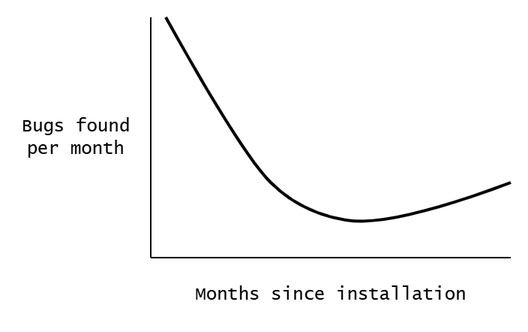
Above: src/_/media/diagrams/bug-discovery-over-time.drawio.png in kieranpotts/blog (draw.io), before the change. Source tidied: cells renumbered, new cells last; positions are measured from the earlier drawing's top-left corner, leaving out a move shared by most shapes.
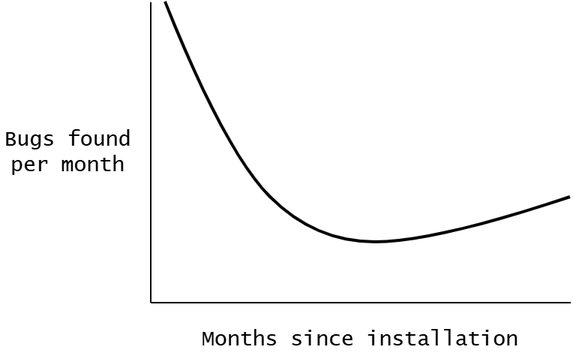
Later version of the same file.

The edit, as a diff of the source:
```diff
@@ -4,30 +4,30 @@
     <mxCell id="1" parent="0" />
     <mxCell id="2" style="endArrow=none;html=1;rounded=0;" parent="1" edge="1">
       <mxGeometry relative="1" as="geometry">
-        <mxPoint x="90" y="160" as="sourcePoint" />
+        <mxPoint x="90" y="200" as="sourcePoint" />
         <mxPoint x="90" as="targetPoint" />
       </mxGeometry>
     </mxCell>
     <mxCell id="3" style="endArrow=none;html=1;rounded=0;" parent="1" edge="1">
       <mxGeometry relative="1" as="geometry">
-        <mxPoint x="330" y="160" as="sourcePoint" />
-        <mxPoint x="90" y="160" as="targetPoint" />
+        <mxPoint x="370" y="200" as="sourcePoint" />
+        <mxPoint x="90" y="200" as="targetPoint" />
       </mxGeometry>
     </mxCell>
-    <mxCell id="4" value="Months since installation" style="text;html=1;align=center;verticalAlign=middle;whiteSpace=wrap;rounded=0;fontSize=12;fontFamily=Lucida Console;" parent="1" vertex="1">
-      <mxGeometry x="90" y="170" width="240" height="30" as="geometry" />
+    <mxCell id="4" value="Months since installation" style="text;html=1;align=center;verticalAlign=middle;whiteSpace=wrap;rounded=0;fontSize=14;fontFamily=Lucida Console;" parent="1" vertex="1">
+      <mxGeometry x="90" y="210" width="280" height="30" as="geometry" />
     </mxCell>
-    <mxCell id="5" value="Bugs found per month" style="text;html=1;align=center;verticalAlign=middle;whiteSpace=wrap;rounded=0;fontSize=12;fontFamily=Lucida Console;" parent="1" vertex="1">
-      <mxGeometry width="80" height="160" as="geometry" />
+    <mxCell id="5" value="Bugs found per month" style="text;html=1;align=center;verticalAlign=middle;whiteSpace=wrap;rounded=0;fontSize=14;fontFamily=Lucida Console;" parent="1" vertex="1">
+      <mxGeometry x="-10" width="90" height="200" as="geometry" />
     </mxCell>
     <mxCell id="6" style="curved=1;endArrow=none;html=1;rounded=0;endFill=0;strokeWidth=2;" parent="1" edge="1">
       <mxGeometry relative="1" as="geometry">
         <mxPoint x="100" as="sourcePoint" />
-        <mxPoint x="330" y="110" as="targetPoint" />
+        <mxPoint x="370" y="130" as="targetPoint" />
         <Array as="points">
-          <mxPoint x="150" y="90" />
-          <mxPoint x="190" y="130" />
-          <mxPoint x="250" y="140" />
+          <mxPoint x="140" y="100" />
+          <mxPoint x="200" y="160" />
+          <mxPoint x="280" y="160" />
         </Array>
       </mxGeometry>
     </mxCell>
```
